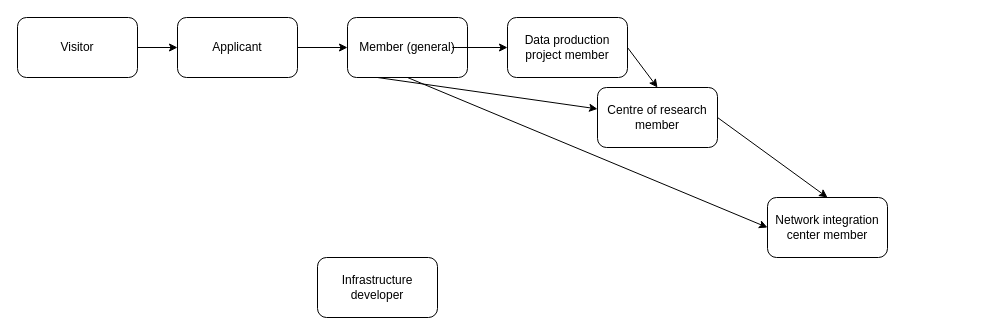
This is user lifecycle.drawio from eurhisfirm/process-models, a draw.io file, before an edit. Source tidied: cells renumbered, new cells numbered last; positions are measured from the earlier drawing's top-left corner, leaving out a move shared by most shapes. Both pictures are drawn from the tidied source at 100%, with x=0, y=0 at pixel (17, 17).
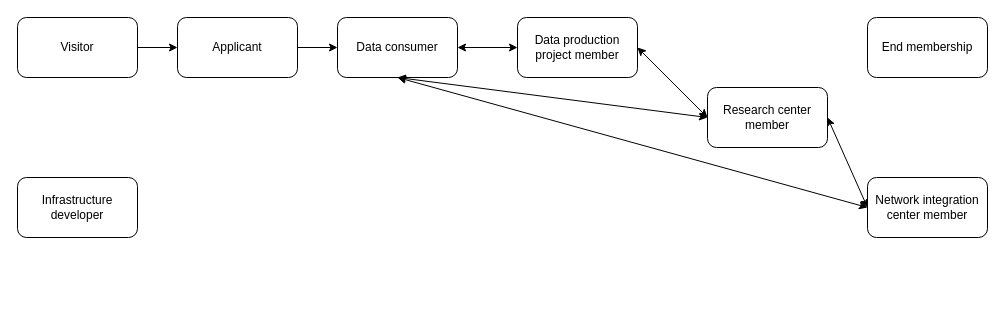
The same diagram, later.

Change to the diagram source:
```diff
@@
 <mxGraphModel>
   <root>
     <mxCell id="0" />
     <mxCell id="1" parent="0" />
     <mxCell id="2" value="Visitor" style="rounded=1;whiteSpace=wrap;html=1;" parent="1" vertex="1">
       <mxGeometry width="120" height="60" as="geometry" />
     </mxCell>
     <mxCell id="3" value="Applicant" style="rounded=1;whiteSpace=wrap;html=1;" parent="1" vertex="1">
       <mxGeometry x="160" width="120" height="60" as="geometry" />
     </mxCell>
-    <mxCell id="4" value="Member (general)" style="rounded=1;whiteSpace=wrap;html=1;" parent="1" vertex="1">
-      <mxGeometry x="330" width="120" height="60" as="geometry" />
+    <mxCell id="4" value="Data consumer" style="rounded=1;whiteSpace=wrap;html=1;" parent="1" vertex="1">
+      <mxGeometry x="320" width="120" height="60" as="geometry" />
     </mxCell>
     <mxCell id="5" value="Data production project member" style="rounded=1;whiteSpace=wrap;html=1;" parent="1" vertex="1">
-      <mxGeometry x="490" width="120" height="60" as="geometry" />
+      <mxGeometry x="500" width="120" height="60" as="geometry" />
     </mxCell>
-    <mxCell id="6" value="Centre of research member" style="rounded=1;whiteSpace=wrap;html=1;" parent="1" vertex="1">
-      <mxGeometry x="580" y="70" width="120" height="60" as="geometry" />
+    <mxCell id="6" value="Research center member" style="rounded=1;whiteSpace=wrap;html=1;" parent="1" vertex="1">
+      <mxGeometry x="690" y="70" width="120" height="60" as="geometry" />
     </mxCell>
     <mxCell id="7" value="Network integration center member" style="rounded=1;whiteSpace=wrap;html=1;" parent="1" vertex="1">
-      <mxGeometry x="750" y="180" width="120" height="60" as="geometry" />
+      <mxGeometry x="850" y="160" width="120" height="60" as="geometry" />
     </mxCell>
     <mxCell id="8" value="Infrastructure developer" style="rounded=1;whiteSpace=wrap;html=1;" parent="1" vertex="1">
-      <mxGeometry x="300" y="240" width="120" height="60" as="geometry" />
+      <mxGeometry y="160" width="120" height="60" as="geometry" />
     </mxCell>
     <mxCell id="9" style="endArrow=classic;html=1;exitX=1;exitY=0.5;exitDx=0;exitDy=0;" parent="1" edge="1" source="3" target="4">
       <mxGeometry relative="1" as="geometry" />
     </mxCell>
     <mxCell id="10" style="endArrow=classic;html=1;exitX=1;exitY=0.5;exitDx=0;exitDy=0;" parent="1" edge="1" source="2" target="3">
       <mxGeometry relative="1" as="geometry" />
     </mxCell>
-    <mxCell id="11" style="endArrow=classic;html=1;exitX=1;exitY=0.5;exitDx=0;exitDy=0;entryX=0;entryY=0.5;entryDx=0;entryDy=0;" parent="1" edge="1" source="4" target="5">
-      <mxGeometry relative="1" as="geometry">
-        <Array as="points">
-          <mxPoint x="430" y="30" />
-        </Array>
-      </mxGeometry>
+    <mxCell id="11" style="endArrow=classic;startArrow=classic;html=1;exitX=1;exitY=0.5;exitDx=0;exitDy=0;" parent="1" edge="1" source="4" target="5">
+      <mxGeometry relative="1" as="geometry" />
     </mxCell>
-    <mxCell id="12" style="endArrow=classic;html=1;" parent="1" edge="1" target="6">
-      <mxGeometry relative="1" as="geometry">
-        <mxPoint x="360" y="60" as="sourcePoint" />
-      </mxGeometry>
-    </mxCell>
+    <mxCell id="14" style="endArrow=classic;startArrow=classic;html=1;entryX=0;entryY=0.5;entryDx=0;entryDy=0;exitX=1;exitY=0.5;exitDx=0;exitDy=0;" parent="1" edge="1" source="5" target="6">
+      <mxGeometry relative="1" as="geometry" />
+    </mxCell>
+    <mxCell id="16" style="endArrow=classic;startArrow=classic;html=1;entryX=0;entryY=0.5;entryDx=0;entryDy=0;exitX=1;exitY=0.5;exitDx=0;exitDy=0;" parent="1" edge="1" source="6" target="7">
+      <mxGeometry relative="1" as="geometry" />
+    </mxCell>
-    <mxCell id="13" style="endArrow=classic;html=1;exitX=0.5;exitY=1;exitDx=0;exitDy=0;entryX=0;entryY=0.5;entryDx=0;entryDy=0;" parent="1" edge="1" source="4" target="7">
+    <mxCell id="13" style="endArrow=classic;startArrow=classic;html=1;exitX=0.5;exitY=1;exitDx=0;exitDy=0;entryX=0;entryY=0.5;entryDx=0;entryDy=0;" parent="1" edge="1" source="4" target="7">
       <mxGeometry relative="1" as="geometry" />
     </mxCell>
-    <mxCell id="14" style="endArrow=classic;html=1;exitX=1;exitY=0.5;exitDx=0;exitDy=0;entryX=0.5;entryY=0;entryDx=0;entryDy=0;" parent="1" edge="1" source="5" target="6">
-      <mxGeometry relative="1" as="geometry" />
-    </mxCell>
-    <mxCell id="15" style="endArrow=classic;html=1;entryX=0.5;entryY=0;entryDx=0;entryDy=0;" parent="1" edge="1" target="7">
-      <mxGeometry relative="1" as="geometry">
-        <mxPoint x="700" y="100" as="sourcePoint" />
-      </mxGeometry>
-    </mxCell>
+    <mxCell id="17" style="endArrow=classic;startArrow=classic;html=1;entryX=0;entryY=0.5;entryDx=0;entryDy=0;exitX=0.5;exitY=1;exitDx=0;exitDy=0;" parent="1" edge="1" source="4" target="6">
+      <mxGeometry relative="1" as="geometry" />
+    </mxCell>
+    <mxCell id="18" value="End membership" style="rounded=1;whiteSpace=wrap;html=1;" parent="1" vertex="1">
+      <mxGeometry x="850" width="120" height="60" as="geometry" />
+    </mxCell>
   </root>
 </mxGraphModel>
```
